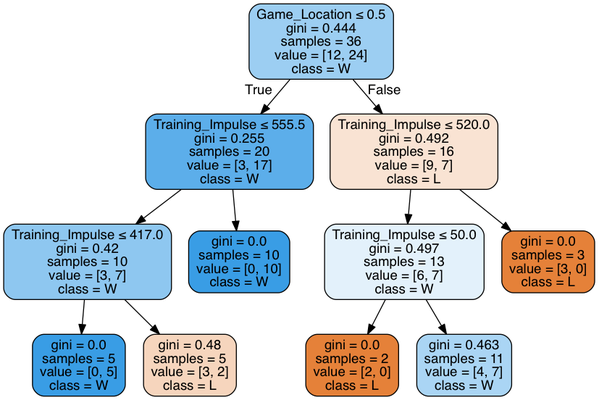
swetaravi/BasketBall-Analysis keeps this Graphviz diagram as temp.png. Above is the earlier version. Its source is kept beside it as temp.dot.
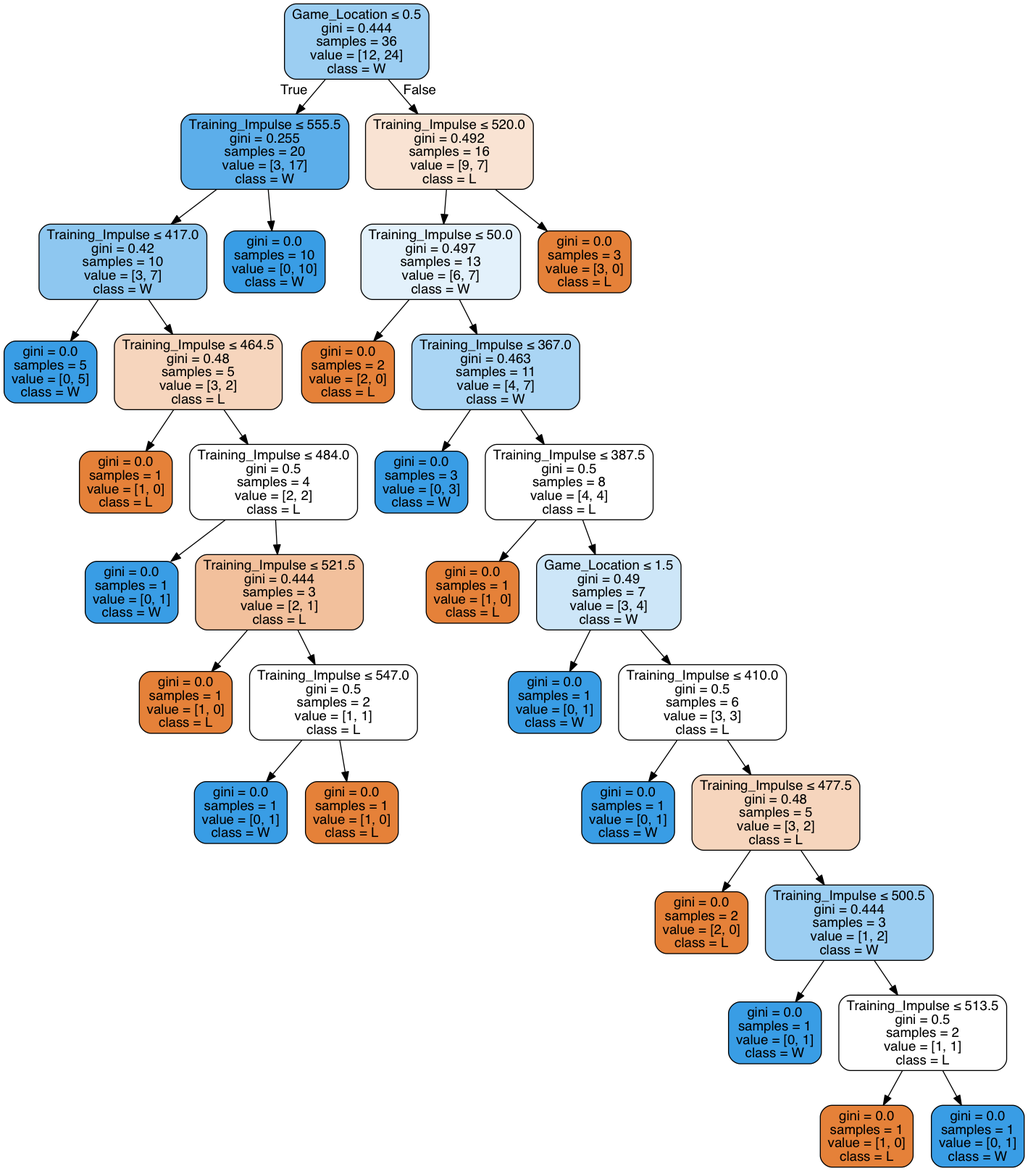
Above is the later version.

What changed in the source:
```diff
@@ -8,18 +8,62 @@
 1 -> 2 ;
 3 [label=<gini = 0.0<br/>samples = 5<br/>value = [0, 5]<br/>class = W>, fillcolor="#399de5ff"] ;
 2 -> 3 ;
-4 [label=<gini = 0.48<br/>samples = 5<br/>value = [3, 2]<br/>class = L>, fillcolor="#e5813955"] ;
+4 [label=<Training_Impulse &le; 464.5<br/>gini = 0.48<br/>samples = 5<br/>value = [3, 2]<br/>class = L>, fillcolor="#e5813955"] ;
 2 -> 4 ;
-5 [label=<gini = 0.0<br/>samples = 10<br/>value = [0, 10]<br/>class = W>, fillcolor="#399de5ff"] ;
-1 -> 5 ;
-6 [label=<Training_Impulse &le; 520.0<br/>gini = 0.492<br/>samples = 16<br/>value = [9, 7]<br/>class = L>, fillcolor="#e5813939"] ;
-0 -> 6 [labeldistance=2.5, labelangle=-45, headlabel="False"] ;
-7 [label=<Training_Impulse &le; 50.0<br/>gini = 0.497<br/>samples = 13<br/>value = [6, 7]<br/>class = W>, fillcolor="#399de524"] ;
+5 [label=<gini = 0.0<br/>samples = 1<br/>value = [1, 0]<br/>class = L>, fillcolor="#e58139ff"] ;
+4 -> 5 ;
+6 [label=<Training_Impulse &le; 484.0<br/>gini = 0.5<br/>samples = 4<br/>value = [2, 2]<br/>class = L>, fillcolor="#e5813900"] ;
+4 -> 6 ;
+7 [label=<gini = 0.0<br/>samples = 1<br/>value = [0, 1]<br/>class = W>, fillcolor="#399de5ff"] ;
 6 -> 7 ;
-8 [label=<gini = 0.0<br/>samples = 2<br/>value = [2, 0]<br/>class = L>, fillcolor="#e58139ff"] ;
-7 -> 8 ;
-9 [label=<gini = 0.463<br/>samples = 11<br/>value = [4, 7]<br/>class = W>, fillcolor="#399de56d"] ;
-7 -> 9 ;
-10 [label=<gini = 0.0<br/>samples = 3<br/>value = [3, 0]<br/>class = L>, fillcolor="#e58139ff"] ;
-6 -> 10 ;
+8 [label=<Training_Impulse &le; 521.5<br/>gini = 0.444<br/>samples = 3<br/>value = [2, 1]<br/>class = L>, fillcolor="#e581397f"] ;
+6 -> 8 ;
+9 [label=<gini = 0.0<br/>samples = 1<br/>value = [1, 0]<br/>class = L>, fillcolor="#e58139ff"] ;
+8 -> 9 ;
+10 [label=<Training_Impulse &le; 547.0<br/>gini = 0.5<br/>samples = 2<br/>value = [1, 1]<br/>class = L>, fillcolor="#e5813900"] ;
+8 -> 10 ;
+11 [label=<gini = 0.0<br/>samples = 1<br/>value = [0, 1]<br/>class = W>, fillcolor="#399de5ff"] ;
+10 -> 11 ;
+12 [label=<gini = 0.0<br/>samples = 1<br/>value = [1, 0]<br/>class = L>, fillcolor="#e58139ff"] ;
+10 -> 12 ;
+13 [label=<gini = 0.0<br/>samples = 10<br/>value = [0, 10]<br/>class = W>, fillcolor="#399de5ff"] ;
+1 -> 13 ;
+14 [label=<Training_Impulse &le; 520.0<br/>gini = 0.492<br/>samples = 16<br/>value = [9, 7]<br/>class = L>, fillcolor="#e5813939"] ;
+0 -> 14 [labeldistance=2.5, labelangle=-45, headlabel="False"] ;
+15 [label=<Training_Impulse &le; 50.0<br/>gini = 0.497<br/>samples = 13<br/>value = [6, 7]<br/>class = W>, fillcolor="#399de524"] ;
+14 -> 15 ;
+16 [label=<gini = 0.0<br/>samples = 2<br/>value = [2, 0]<br/>class = L>, fillcolor="#e58139ff"] ;
+15 -> 16 ;
+17 [label=<Training_Impulse &le; 367.0<br/>gini = 0.463<br/>samples = 11<br/>value = [4, 7]<br/>class = W>, fillcolor="#399de56d"] ;
+15 -> 17 ;
+18 [label=<gini = 0.0<br/>samples = 3<br/>value = [0, 3]<br/>class = W>, fillcolor="#399de5ff"] ;
+17 -> 18 ;
+19 [label=<Training_Impulse &le; 387.5<br/>gini = 0.5<br/>samples = 8<br/>value = [4, 4]<br/>class = L>, fillcolor="#e5813900"] ;
+17 -> 19 ;
+20 [label=<gini = 0.0<br/>samples = 1<br/>value = [1, 0]<br/>class = L>, fillcolor="#e58139ff"] ;
+19 -> 20 ;
+21 [label=<Game_Location &le; 1.5<br/>gini = 0.49<br/>samples = 7<br/>value = [3, 4]<br/>class = W>, fillcolor="#399de540"] ;
+19 -> 21 ;
+22 [label=<gini = 0.0<br/>samples = 1<br/>value = [0, 1]<br/>class = W>, fillcolor="#399de5ff"] ;
+21 -> 22 ;
+23 [label=<Training_Impulse &le; 410.0<br/>gini = 0.5<br/>samples = 6<br/>value = [3, 3]<br/>class = L>, fillcolor="#e5813900"] ;
+21 -> 23 ;
+24 [label=<gini = 0.0<br/>samples = 1<br/>value = [0, 1]<br/>class = W>, fillcolor="#399de5ff"] ;
+23 -> 24 ;
+25 [label=<Training_Impulse &le; 477.5<br/>gini = 0.48<br/>samples = 5<br/>value = [3, 2]<br/>class = L>, fillcolor="#e5813955"] ;
+23 -> 25 ;
+26 [label=<gini = 0.0<br/>samples = 2<br/>value = [2, 0]<br/>class = L>, fillcolor="#e58139ff"] ;
+25 -> 26 ;
+27 [label=<Training_Impulse &le; 500.5<br/>gini = 0.444<br/>samples = 3<br/>value = [1, 2]<br/>class = W>, fillcolor="#399de57f"] ;
+25 -> 27 ;
+28 [label=<gini = 0.0<br/>samples = 1<br/>value = [0, 1]<br/>class = W>, fillcolor="#399de5ff"] ;
+27 -> 28 ;
+29 [label=<Training_Impulse &le; 513.5<br/>gini = 0.5<br/>samples = 2<br/>value = [1, 1]<br/>class = L>, fillcolor="#e5813900"] ;
+27 -> 29 ;
+30 [label=<gini = 0.0<br/>samples = 1<br/>value = [1, 0]<br/>class = L>, fillcolor="#e58139ff"] ;
+29 -> 30 ;
+31 [label=<gini = 0.0<br/>samples = 1<br/>value = [0, 1]<br/>class = W>, fillcolor="#399de5ff"] ;
+29 -> 31 ;
+32 [label=<gini = 0.0<br/>samples = 3<br/>value = [3, 0]<br/>class = L>, fillcolor="#e58139ff"] ;
+14 -> 32 ;
 }
```
